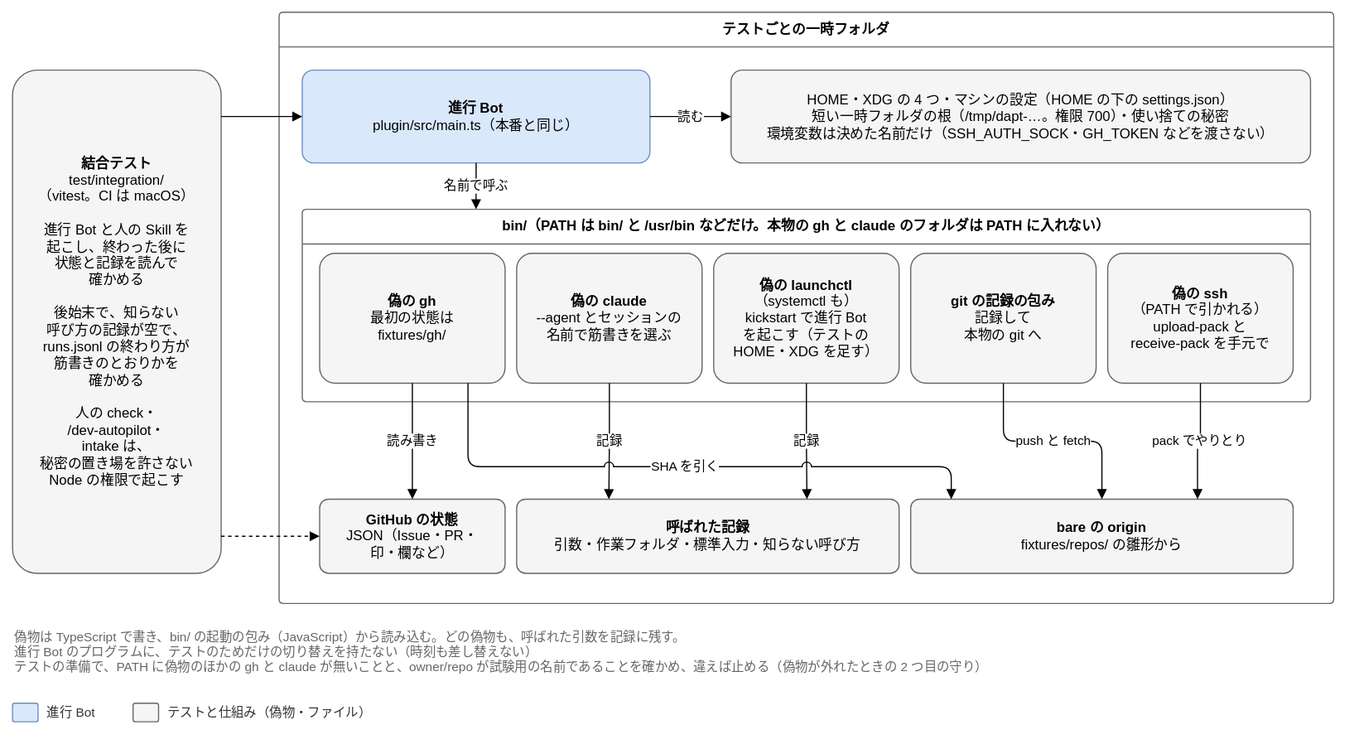
Joymerrevent/dev-autopilot keeps this draw.io diagram as docs/design/basic/diagrams/05-integration.drawio.svg. Above is the earlier version. Source tidied: cells renumbered, new cells last; positions are measured from the earlier drawing's top-left corner, leaving out a move shared by most shapes.
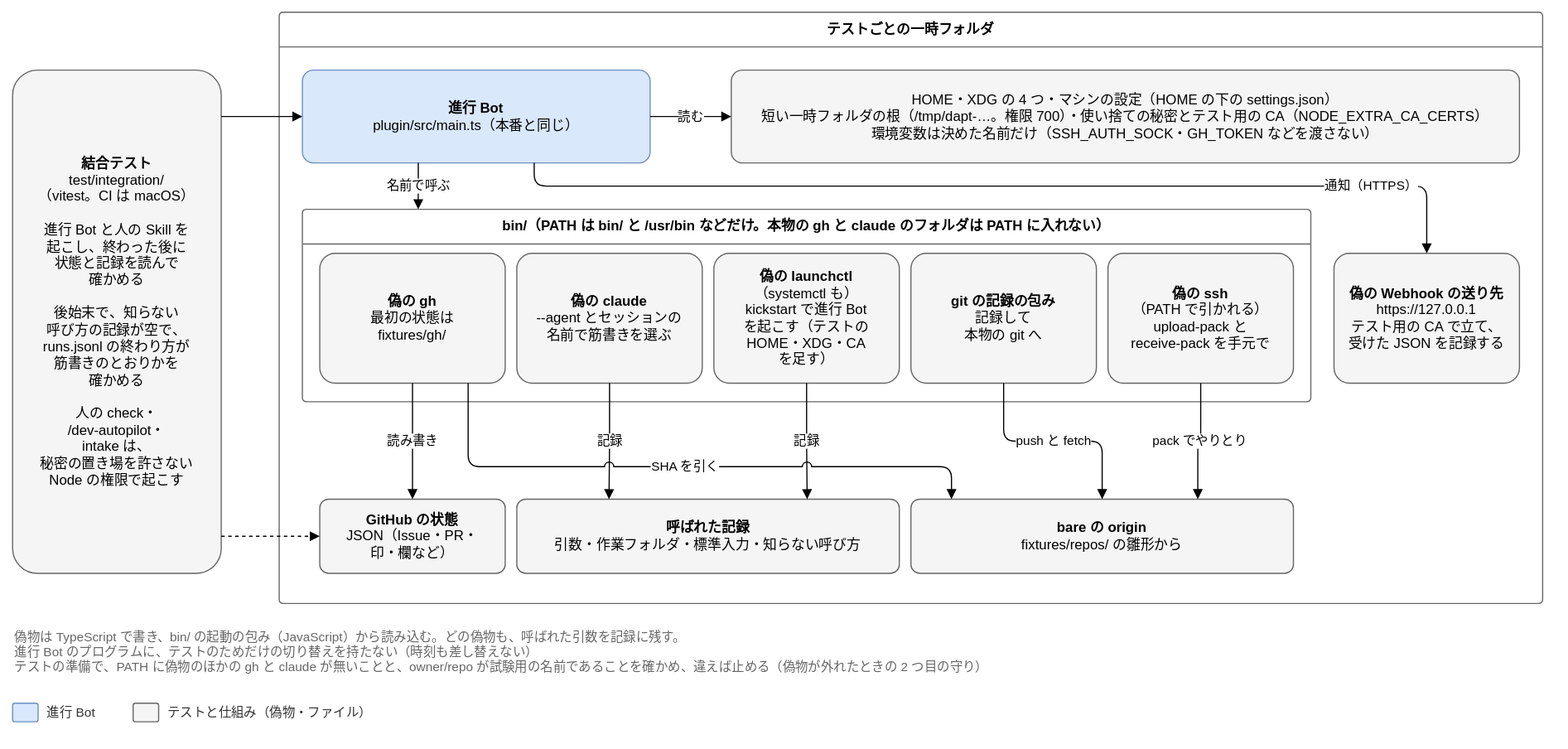
The same file after the commit.

Commit message:
docs(design): 置き場に gh の空の設定のフォルダを足し、結合テストに Webhook の偽の送り先を足す

詳細設計の外との境で決めたことに、基本設計の表を合わせる。gh に人の設定を読ませないため、置き場に gh-config/ を足した。
テストの偽物の表と結合テストの図に、テスト用の CA で手元に立てる HTTPS の偽の送り先を足し、偽の launchctl が渡す環境変数に CA を足した。

Claude-Session: https://claude.ai/code/session_01LvmXQN14Y95msvojZ6hWNP

The edit, as a diff of the source:
```diff
@@ -6,13 +6,13 @@
       <mxGeometry y="50" width="180" height="434" as="geometry" />
     </mxCell>
     <mxCell id="3" value="テストごとの一時フォルダ" style="swimlane;startSize=30;html=1;whiteSpace=wrap;rounded=1;arcSize=4;fontStyle=1;fontSize=12;strokeColor=#666666;fillColor=none;swimlaneFillColor=none;" parent="1" vertex="1">
-      <mxGeometry x="230" width="910" height="510" as="geometry" />
+      <mxGeometry x="230" width="1090" height="510" as="geometry" />
     </mxCell>
     <mxCell id="4" value="&lt;b&gt;進行 Bot&lt;/b&gt;&lt;br&gt;plugin/src/main.ts（本番と同じ）" style="rounded=1;whiteSpace=wrap;html=1;fontSize=12;arcSize=12;spacing=12;fillColor=#dae8fc;strokeColor=#6c8ebf;" parent="1" vertex="1">
       <mxGeometry x="250" y="50" width="300" height="80" as="geometry" />
     </mxCell>
-    <mxCell id="5" value="HOME・XDG の 4 つ・マシンの設定（HOME の下の settings.json）&lt;br&gt;短い一時フォルダの根（/tmp/dapt-…。権限 700）・使い捨ての秘密&lt;br&gt;環境変数は決めた名前だけ（SSH_AUTH_SOCK・GH_TOKEN などを渡さない）" style="rounded=1;whiteSpace=wrap;html=1;fontSize=12;arcSize=12;spacing=12;fillColor=#f5f5f5;strokeColor=#666666;" parent="1" vertex="1">
-      <mxGeometry x="620" y="50" width="500" height="80" as="geometry" />
+    <mxCell id="5" value="HOME・XDG の 4 つ・マシンの設定（HOME の下の settings.json）&lt;br&gt;短い一時フォルダの根（/tmp/dapt-…。権限 700）・使い捨ての秘密とテスト用の CA（NODE_EXTRA_CA_CERTS）&lt;br&gt;環境変数は決めた名前だけ（SSH_AUTH_SOCK・GH_TOKEN などを渡さない）" style="rounded=1;whiteSpace=wrap;html=1;fontSize=12;arcSize=12;spacing=12;fillColor=#f5f5f5;strokeColor=#666666;" parent="1" vertex="1">
+      <mxGeometry x="620" y="50" width="680" height="80" as="geometry" />
     </mxCell>
     <mxCell id="6" value="bin/（PATH は bin/ と /usr/bin などだけ。本物の gh と claude のフォルダは PATH に入れない）" style="swimlane;startSize=30;html=1;whiteSpace=wrap;rounded=1;arcSize=4;fontStyle=1;fontSize=12;strokeColor=#666666;fillColor=none;swimlaneFillColor=none;" parent="1" vertex="1">
       <mxGeometry x="250" y="170" width="870" height="166" as="geometry" />
@@ -23,7 +23,7 @@
     <mxCell id="8" value="&lt;b&gt;偽の claude&lt;/b&gt;&lt;br&gt;--agent とセッションの&lt;br&gt;名前で筋書きを選ぶ" style="rounded=1;whiteSpace=wrap;html=1;fontSize=12;arcSize=12;spacing=12;fillColor=#f5f5f5;strokeColor=#666666;" parent="1" vertex="1">
       <mxGeometry x="435" y="208" width="160" height="112" as="geometry" />
     </mxCell>
-    <mxCell id="9" value="&lt;b&gt;偽の launchctl&lt;/b&gt;&lt;br&gt;（systemctl も）&lt;br&gt;kickstart で進行 Bot&lt;br&gt;を起こす（テストの&lt;br&gt;HOME・XDG を足す）" style="rounded=1;whiteSpace=wrap;html=1;fontSize=12;arcSize=12;spacing=12;fillColor=#f5f5f5;strokeColor=#666666;" parent="1" vertex="1">
+    <mxCell id="9" value="&lt;b&gt;偽の launchctl&lt;/b&gt;&lt;br&gt;（systemctl も）&lt;br&gt;kickstart で進行 Bot&lt;br&gt;を起こす（テストの&lt;br&gt;HOME・XDG・CA&lt;br&gt;を足す）" style="rounded=1;whiteSpace=wrap;html=1;fontSize=12;arcSize=12;spacing=12;fillColor=#f5f5f5;strokeColor=#666666;" parent="1" vertex="1">
       <mxGeometry x="605" y="208" width="160" height="112" as="geometry" />
     </mxCell>
     <mxCell id="10" value="&lt;b&gt;git の記録の包み&lt;/b&gt;&lt;br&gt;記録して&lt;br&gt;本物の git へ" style="rounded=1;whiteSpace=wrap;html=1;fontSize=12;arcSize=12;spacing=12;fillColor=#f5f5f5;strokeColor=#666666;" parent="1" vertex="1">
@@ -44,7 +44,7 @@
     <mxCell id="15" value="読む" style="edgeStyle=orthogonalEdgeStyle;rounded=1;html=1;endArrow=block;endFill=1;fontSize=11;labelBackgroundColor=#ffffff;exitX=1;exitY=0.5;exitDx=0;exitDy=0;entryX=0;entryY=0.5;entryDx=0;entryDy=0;" parent="1" edge="1" source="4" target="5">
       <mxGeometry relative="1" as="geometry" />
     </mxCell>
-    <mxCell id="16" value="名前で呼ぶ" style="edgeStyle=orthogonalEdgeStyle;rounded=1;html=1;endArrow=block;endFill=1;fontSize=11;labelBackgroundColor=#ffffff;exitX=0.5;exitY=1;exitDx=0;exitDy=0;entryX=0.1724;entryY=0;entryDx=0;entryDy=0;" parent="1" edge="1" source="4" target="6">
+    <mxCell id="16" value="名前で呼ぶ" style="edgeStyle=orthogonalEdgeStyle;rounded=1;html=1;endArrow=block;endFill=1;fontSize=11;labelBackgroundColor=#ffffff;exitX=0.3333;exitY=1;exitDx=0;exitDy=0;entryX=0.1149;entryY=0;entryDx=0;entryDy=0;" parent="1" edge="1" source="4" target="6">
       <mxGeometry relative="1" as="geometry" />
     </mxCell>
     <mxCell id="17" value="読み書き" style="edgeStyle=orthogonalEdgeStyle;rounded=1;html=1;endArrow=block;endFill=1;fontSize=11;labelBackgroundColor=#ffffff;exitX=0.5;exitY=1;exitDx=0;exitDy=0;entryX=0.5;entryY=0;entryDx=0;entryDy=0;" parent="1" edge="1" source="7" target="11">
@@ -62,8 +62,19 @@
     <mxCell id="21" style="edgeStyle=orthogonalEdgeStyle;rounded=1;html=1;endArrow=block;endFill=1;fontSize=11;labelBackgroundColor=#ffffff;dashed=1;exitX=1;exitY=0.9263;exitDx=0;exitDy=0;entryX=0;entryY=0.5;entryDx=0;entryDy=0;" parent="1" edge="1" source="2" target="11">
       <mxGeometry relative="1" as="geometry" />
     </mxCell>
+    <mxCell id="30" value="&lt;b&gt;偽の Webhook の送り先&lt;/b&gt;&lt;br&gt;https://127.0.0.1&lt;br&gt;テスト用の CA で立て、&lt;br&gt;受けた JSON を記録する" style="rounded=1;whiteSpace=wrap;html=1;fontSize=12;arcSize=12;spacing=12;fillColor=#f5f5f5;strokeColor=#666666;" parent="1" vertex="1">
+      <mxGeometry x="1140" y="208" width="160" height="112" as="geometry" />
+    </mxCell>
+    <mxCell id="31" value="通知（HTTPS）" style="edgeStyle=orthogonalEdgeStyle;rounded=1;html=1;endArrow=block;endFill=1;fontSize=11;labelBackgroundColor=#ffffff;exitX=0.6667;exitY=1;exitDx=0;exitDy=0;entryX=0.5;entryY=0;entryDx=0;entryDy=0;" parent="1" edge="1" source="4" target="30">
+      <mxGeometry x="0.75" relative="1" as="geometry">
+        <Array as="points">
+          <mxPoint x="450" y="150" />
+          <mxPoint x="1220" y="150" />
+        </Array>
+      </mxGeometry>
+    </mxCell>
     <mxCell id="22" value="偽物は TypeScript で書き、bin/ の起動の包み（JavaScript）から読み込む。どの偽物も、呼ばれた引数を記録に残す。&lt;br&gt;進行 Bot のプログラムに、テストのためだけの切り替えを持たない（時刻も差し替えない）&lt;br&gt;テストの準備で、PATH に偽物のほかの gh と claude が無いことと、owner/repo が試験用の名前であることを確かめ、違えば止める（偽物が外れたときの 2 つ目の守り）" style="text;html=1;whiteSpace=wrap;align=left;verticalAlign=top;fontSize=11;fontColor=#666666;" parent="1" vertex="1">
-      <mxGeometry y="526" width="1140" height="52" as="geometry" />
+      <mxGeometry y="526" width="1320" height="52" as="geometry" />
     </mxCell>
     <mxCell id="23" style="rounded=1;whiteSpace=wrap;html=1;fontSize=12;arcSize=12;spacing=12;fillColor=#dae8fc;strokeColor=#6c8ebf;" parent="1" vertex="1">
       <mxGeometry y="596" width="22" height="16" as="geometry" />
```
